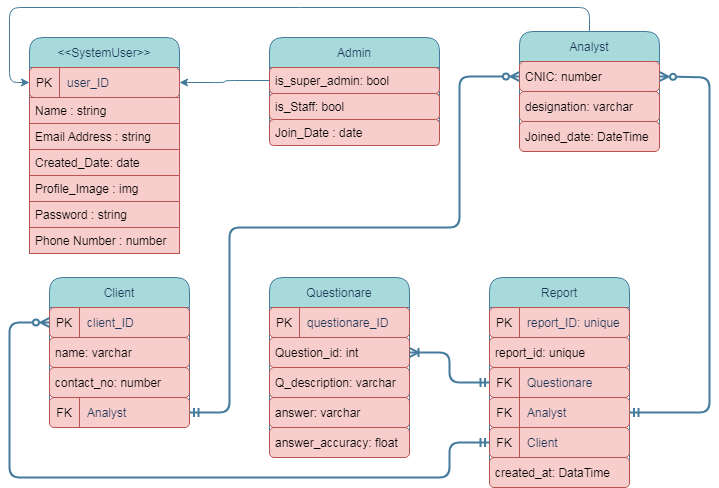
This is erd_GBSD.png from mabdulrafea101/sohaib_fyp_docs, a draw.io export, as it was before one commit. Source tidied: cells renumbered, new cells last; positions are measured from the earlier drawing's top-left corner, leaving out a move shared by most shapes.
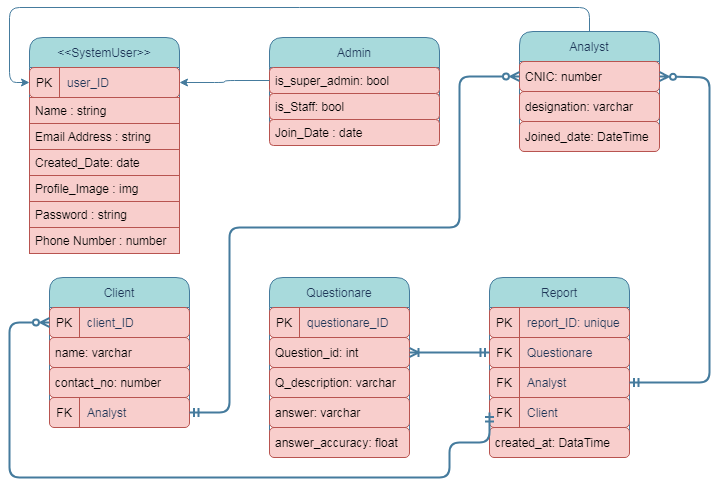
Later version of the same file.

Diff of the diagram source:
```diff
@@ -129,7 +129,7 @@
       <mxGeometry y="150" width="140" height="30" as="geometry" />
     </mxCell>
     <mxCell id="42" value="Report" style="swimlane;fontStyle=0;horizontal=1;startSize=30;rounded=1;fontColor=#1D3557;strokeColor=#457B9D;fillColor=#A8DADC;" parent="1" vertex="1">
-      <mxGeometry x="480" y="270" width="140" height="210" as="geometry" />
+      <mxGeometry x="480" y="270" width="140" height="180" as="geometry" />
     </mxCell>
     <mxCell id="43" style="shape=table;startSize=0;rowLines=0;fontStyle=0;align=center;strokeColor=#b85450;fillColor=#f8cecc;rounded=1;sketch=0;fontColor=#000000;" parent="42" vertex="1">
       <mxGeometry y="30" width="140" height="30" as="geometry" />
@@ -143,11 +143,8 @@
     <mxCell id="46" value="report_ID: unique" style="shape=partialRectangle;fillColor=none;top=0;left=0;bottom=0;right=0;align=left;spacingLeft=6;fontStyle=0;overflow=hidden;rounded=0;sketch=0;fontColor=#1D3557;strokeColor=#457B9D;" parent="44" vertex="1">
       <mxGeometry x="30" width="110" height="30" as="geometry" />
     </mxCell>
-    <mxCell id="47" value="report_id: unique" style="text;strokeColor=#b85450;fillColor=#f8cecc;align=left;verticalAlign=middle;spacingLeft=4;spacingRight=4;overflow=hidden;rounded=1;" parent="42" vertex="1">
-      <mxGeometry y="60" width="140" height="30" as="geometry" />
-    </mxCell>
     <mxCell id="48" style="shape=table;startSize=0;rowLines=0;fontStyle=0;align=center;strokeColor=#b85450;fillColor=#f8cecc;rounded=1;sketch=0;fontColor=#000000;" parent="42" vertex="1">
-      <mxGeometry y="90" width="140" height="30" as="geometry" />
+      <mxGeometry y="60" width="140" height="30" as="geometry" />
     </mxCell>
     <mxCell id="49" style="shape=partialRectangle;fillColor=none;top=0;left=0;bottom=0;right=0;points=[[0,0.5],[1,0.5]];portConstraint=eastwest;rounded=0;sketch=0;fontColor=#1D3557;strokeColor=#457B9D;" parent="48" vertex="1">
       <mxGeometry width="140" height="30" as="geometry" />
@@ -159,7 +156,7 @@
       <mxGeometry x="30" width="110" height="30" as="geometry" />
     </mxCell>
     <mxCell id="52" style="shape=table;startSize=0;rowLines=0;fontStyle=0;align=center;strokeColor=#b85450;fillColor=#f8cecc;rounded=1;sketch=0;fontColor=#000000;" parent="42" vertex="1">
-      <mxGeometry y="120" width="140" height="30" as="geometry" />
+      <mxGeometry y="90" width="140" height="30" as="geometry" />
     </mxCell>
     <mxCell id="53" style="shape=partialRectangle;fillColor=none;top=0;left=0;bottom=0;right=0;points=[[0,0.5],[1,0.5]];portConstraint=eastwest;rounded=0;sketch=0;fontColor=#1D3557;strokeColor=#457B9D;" parent="52" vertex="1">
       <mxGeometry width="140" height="30" as="geometry" />
@@ -171,7 +168,7 @@
       <mxGeometry x="30" width="110" height="30" as="geometry" />
     </mxCell>
     <mxCell id="56" style="shape=table;startSize=0;rowLines=0;fontStyle=0;align=center;strokeColor=#b85450;fillColor=#f8cecc;rounded=1;sketch=0;fontColor=#000000;" parent="42" vertex="1">
-      <mxGeometry y="150" width="140" height="30" as="geometry" />
+      <mxGeometry y="120" width="140" height="30" as="geometry" />
     </mxCell>
     <mxCell id="57" style="shape=partialRectangle;fillColor=none;top=0;left=0;bottom=0;right=0;points=[[0,0.5],[1,0.5]];portConstraint=eastwest;rounded=0;sketch=0;fontColor=#1D3557;strokeColor=#457B9D;" parent="56" vertex="1">
       <mxGeometry width="140" height="30" as="geometry" />
@@ -183,7 +180,7 @@
       <mxGeometry x="30" width="110" height="30" as="geometry" />
     </mxCell>
     <mxCell id="60" value="created_at: DataTime" style="text;strokeColor=#b85450;fillColor=#f8cecc;align=left;verticalAlign=middle;spacingLeft=4;spacingRight=4;overflow=hidden;rounded=1;" parent="42" vertex="1">
-      <mxGeometry y="180" width="140" height="30" as="geometry" />
+      <mxGeometry y="150" width="140" height="30" as="geometry" />
     </mxCell>
     <mxCell id="61" style="edgeStyle=orthogonalEdgeStyle;curved=0;rounded=1;sketch=0;jettySize=auto;html=1;exitX=1;exitY=0.5;exitDx=0;exitDy=0;entryX=0;entryY=0.5;entryDx=0;entryDy=0;fontColor=#1D3557;strokeColor=#457B9D;fillColor=#A8DADC;endArrow=ERmandOne;endFill=0;startArrow=ERoneToMany;startFill=0;strokeWidth=2;sourcePerimeterSpacing=5;targetPerimeterSpacing=5;" parent="1" edge="1" source="38" target="49">
       <mxGeometry relative="1" as="geometry" />
@@ -204,7 +201,7 @@
     <mxCell id="64" style="edgeStyle=orthogonalEdgeStyle;curved=0;rounded=1;sketch=0;jettySize=auto;html=1;exitX=1;exitY=0.5;exitDx=0;exitDy=0;entryX=1;entryY=0.5;entryDx=0;entryDy=0;fontColor=#1D3557;strokeColor=#457B9D;fillColor=#A8DADC;endArrow=ERzeroToMany;endFill=0;startArrow=ERmandOne;startFill=0;strokeWidth=2;sourcePerimeterSpacing=5;targetPerimeterSpacing=5;" parent="1" edge="1" source="53" target="19">
       <mxGeometry relative="1" as="geometry">
         <Array as="points">
-          <mxPoint x="700" y="405" />
+          <mxPoint x="700" y="375" />
           <mxPoint x="700" y="70" />
         </Array>
       </mxGeometry>
```
